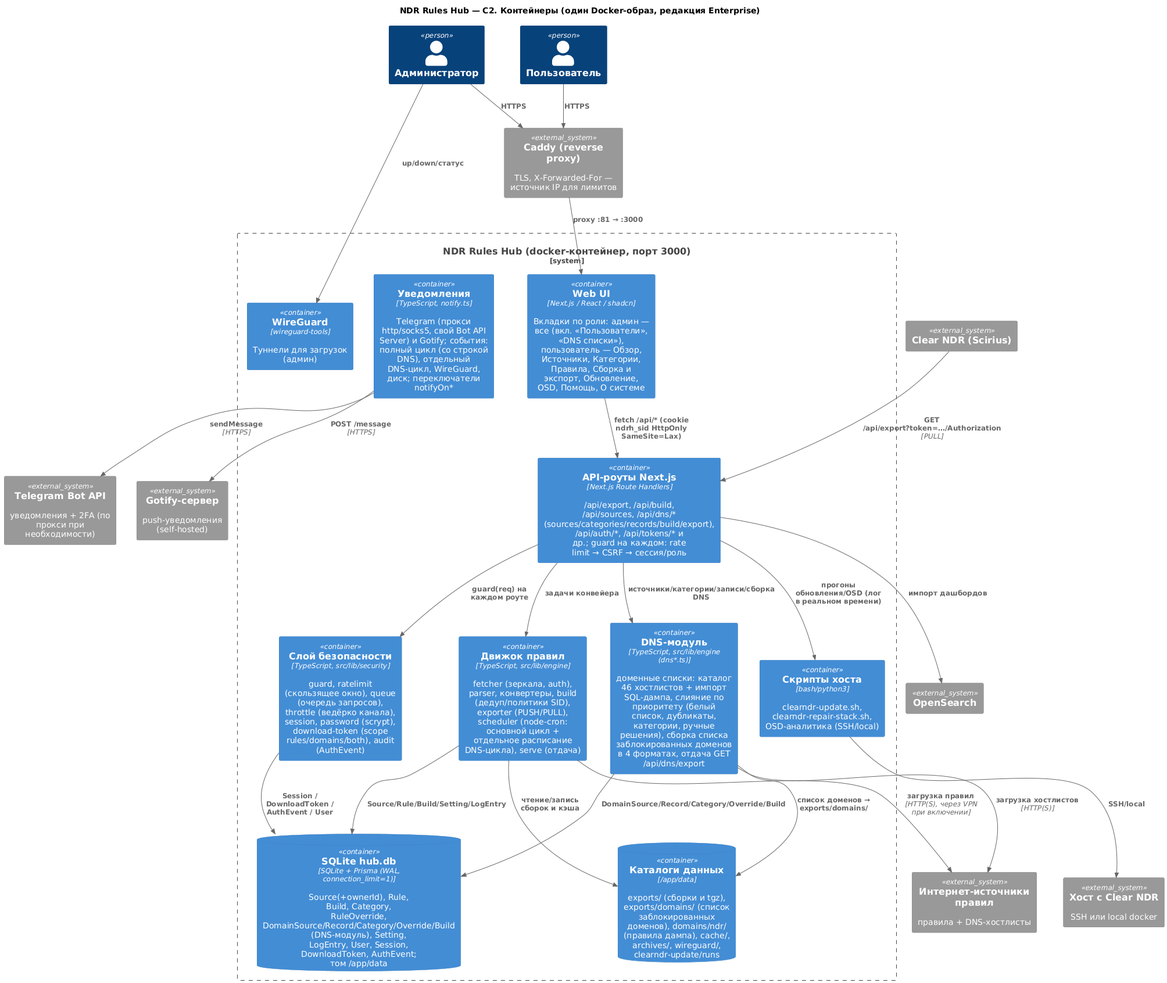
The PlantUML diagram docs/diagrams/c2-containers.png in NoIDXMV6/ndr-rules-hub, before a commit.
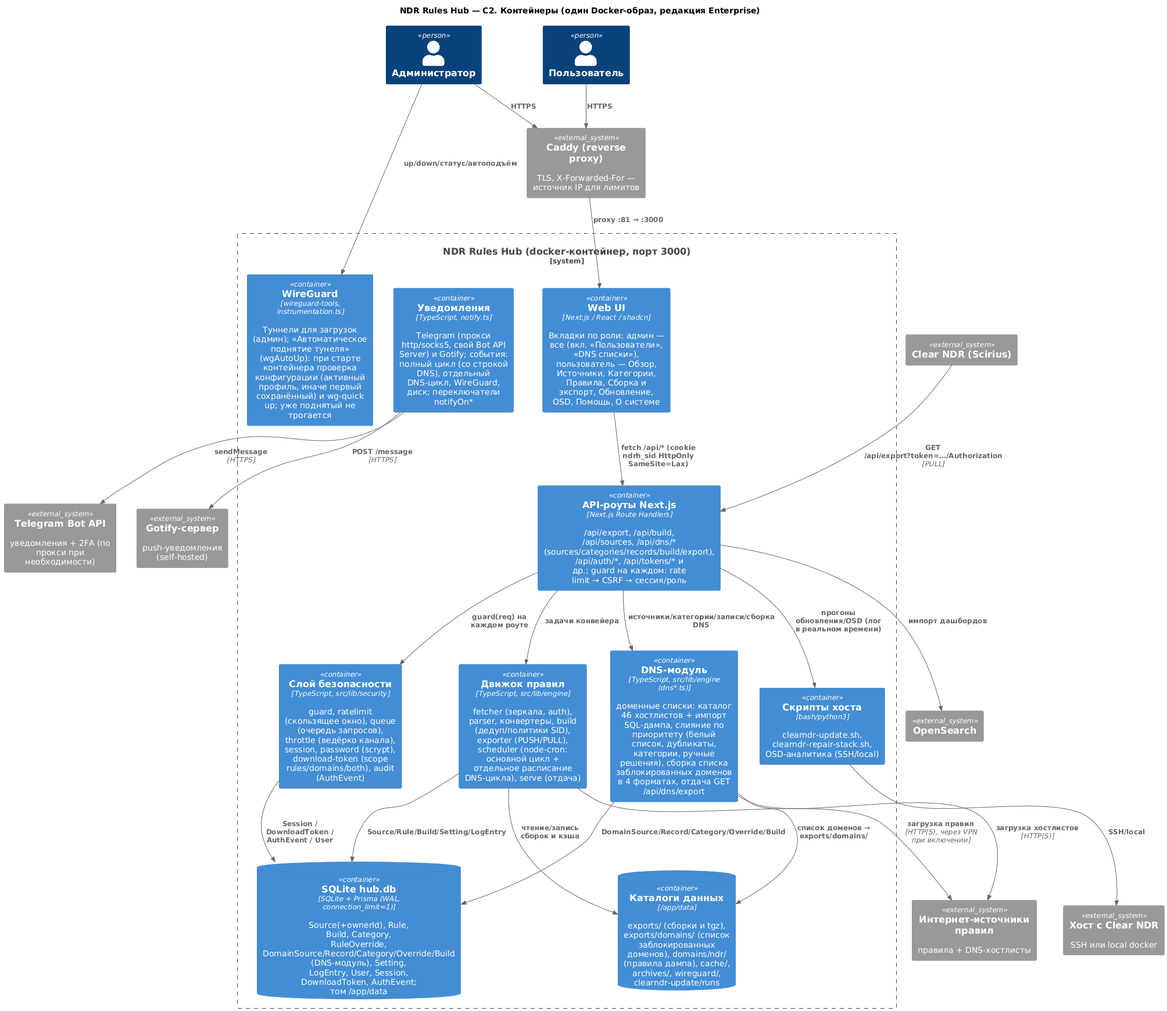
Later version of the same file.

Diff of the diagram source:
```diff
@@ -14,7 +14,7 @@
   Container(notify, "Уведомления", "TypeScript, notify.ts", "Telegram (прокси http/socks5, свой Bot API Server) и Gotify; события: полный цикл (со строкой DNS), отдельный DNS-цикл, WireGuard, диск; переключатели notifyOn*")
   Container(scripts, "Скрипты хоста", "bash/python3", "clearndr-update.sh, clearndr-repair-stack.sh, OSD-аналитика (SSH/local)")
   ContainerDb(files, "Каталоги данных", "/app/data", "exports/ (сборки и tgz), exports/domains/ (список заблокированных доменов), domains/ndr/ (правила дампа), cache/, archives/, wireguard/, clearndr-update/runs")
-  Container(vpn, "WireGuard", "wireguard-tools", "Туннели для загрузок (админ)")
+  Container(vpn, "WireGuard", "wireguard-tools, instrumentation.ts", "Туннели для загрузок (админ); «Автоматическое поднятие тунеля» (wgAutoUp): при старте контейнера проверка конфигурации (активный профиль, иначе первый сохранённый) и wg-quick up; уже поднятый не трогается")
 }
 
 System_Ext(caddy, "Caddy (reverse proxy)", "TLS, X-Forwarded-For — источник IP для лимитов")
@@ -45,5 +45,5 @@
 Rel(api, scripts, "прогоны обновления/OSD (лог в реальном времени)")
 Rel(scripts, dockerhost, "SSH/local")
 Rel(api, osd, "импорт дашбордов")
-Rel(admin, vpn, "up/down/статус")
+Rel(admin, vpn, "up/down/статус/автоподъём")
 @enduml
```
